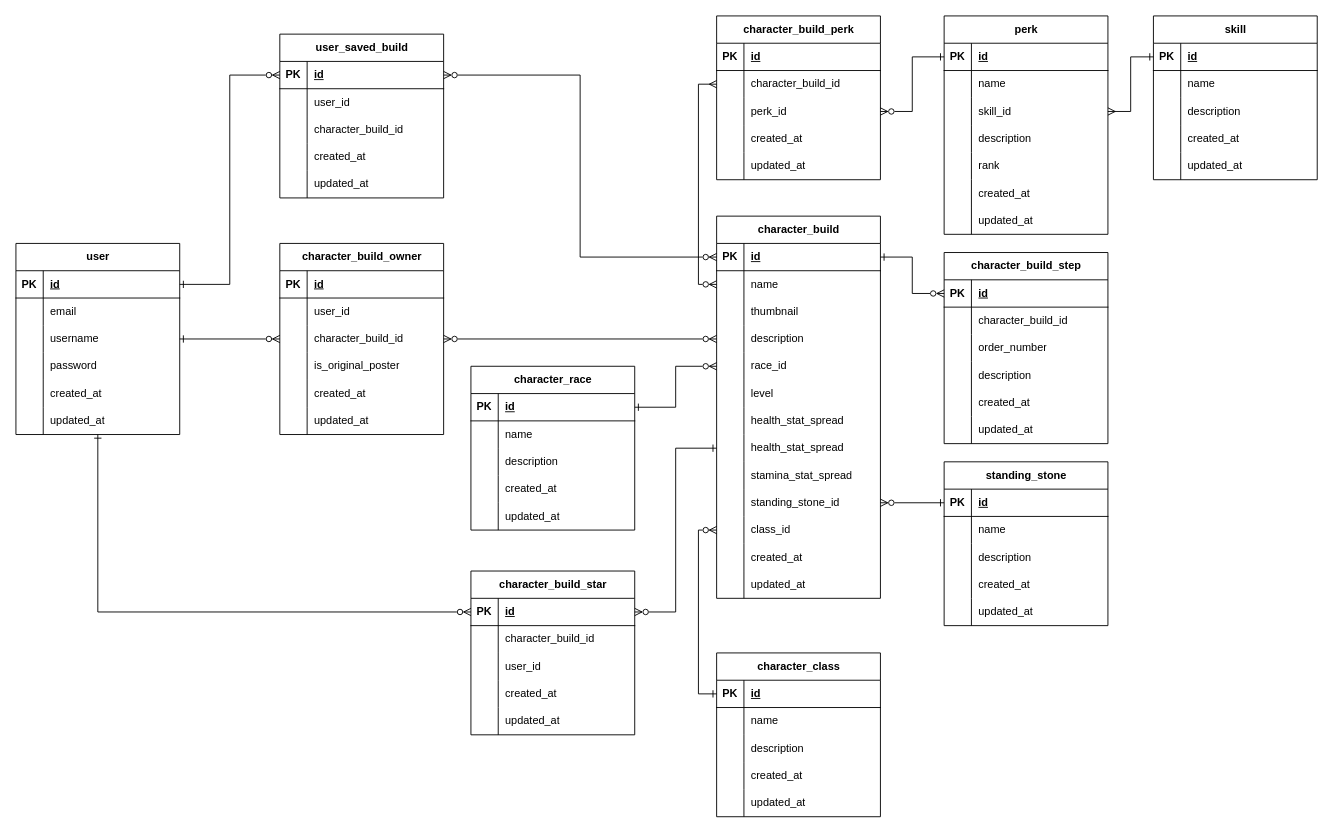
The draw.io diagram diagrams/entity-relationship/erd.drawio in VallenDraa/my-skyrim-builds, before the edit. Source tidied: cells renumbered, new cells numbered last; positions are measured from the earlier drawing's top-left corner, leaving out a move shared by most shapes. Both pictures are drawn from the tidied source at 91%, with x=0, y=0 at pixel (15, 15).
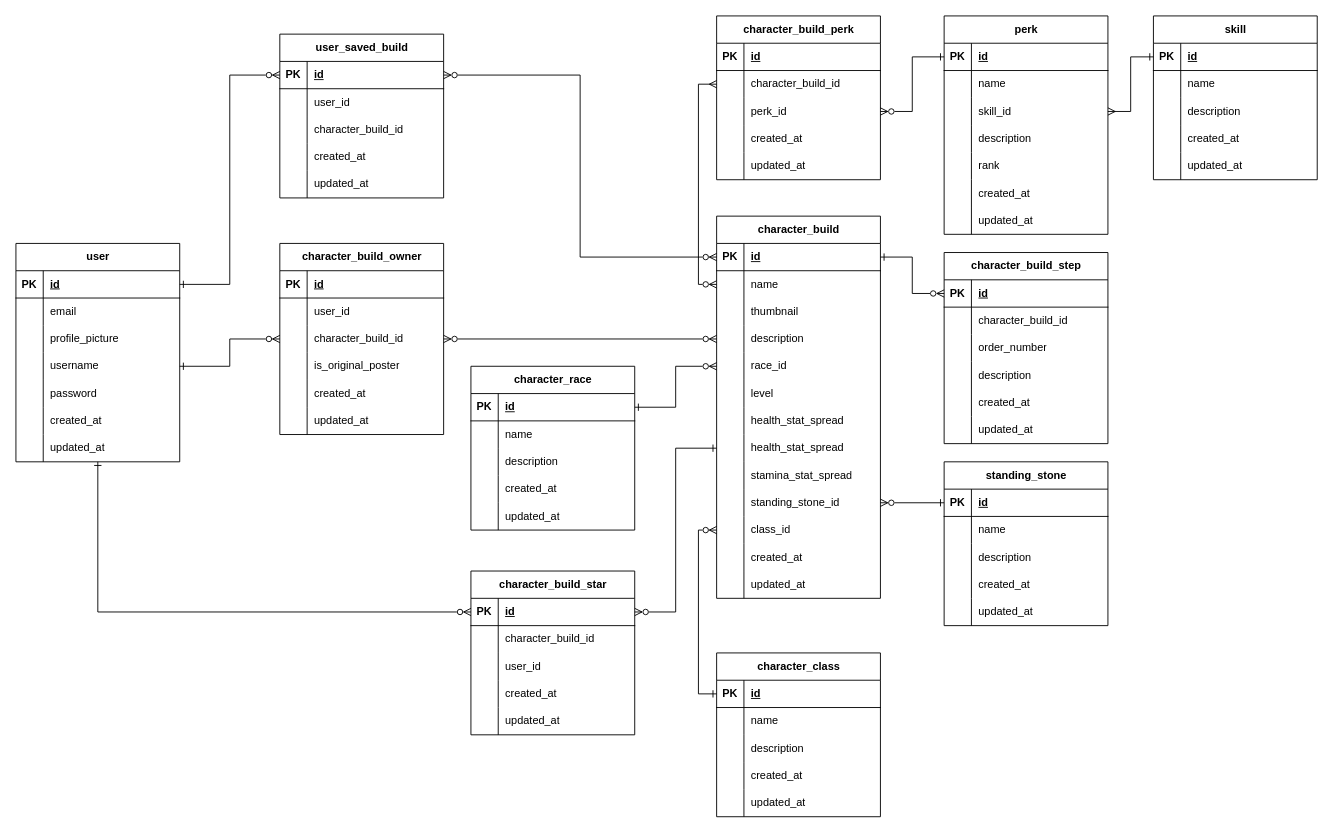
The same diagram, later.

Commit message (it also covers changes not shown here):
feat(api): make description optional and add thumbnail to character build table and add profile_picture to user table

What changed in the source:
```diff
@@
     <mxCell id="2" value="user" style="shape=table;startSize=30;childLayout=tableLayout;rowLines=0;fontStyle=1;align=center;html=1;" parent="1" vertex="1">
-      <mxGeometry y="250" width="180" height="210" as="geometry" />
+      <mxGeometry y="250" width="180" height="240" as="geometry" />
     </mxCell>
@@
+    <mxCell id="247" style="shape=tableRow;horizontal=0;startSize=0;swimlaneHead=0;swimlaneBody=0;fillColor=none;top=0;left=0;right=0;bottom=0;" parent="2" vertex="1">
+      <mxGeometry y="90" width="180" height="30" as="geometry" />
+    </mxCell>
+    <mxCell id="248" style="shape=partialRectangle;fillColor=none;top=0;left=0;bottom=0;right=0;overflow=hidden;whiteSpace=wrap;html=1;" parent="247" vertex="1">
+      <mxGeometry width="30" height="30" as="geometry" />
+    </mxCell>
+    <mxCell id="249" value="profile_picture" style="shape=partialRectangle;fillColor=none;top=0;left=0;bottom=0;right=0;align=left;spacingLeft=6;overflow=hidden;whiteSpace=wrap;html=1;" parent="247" vertex="1">
+      <mxGeometry x="30" width="150" height="30" as="geometry" />
+    </mxCell>
     <mxCell id="9" style="shape=tableRow;horizontal=0;startSize=0;swimlaneHead=0;swimlaneBody=0;fillColor=none;points=[[0,0.5],[1,0.5]];portConstraint=eastwest;top=0;left=0;right=0;bottom=0;" parent="2" vertex="1">
-      <mxGeometry y="90" width="180" height="30" as="geometry" />
+      <mxGeometry y="120" width="180" height="30" as="geometry" />
     </mxCell>
@@
     <mxCell id="12" style="shape=tableRow;horizontal=0;startSize=0;swimlaneHead=0;swimlaneBody=0;fillColor=none;top=0;left=0;right=0;bottom=0;" parent="2" vertex="1">
-      <mxGeometry y="120" width="180" height="30" as="geometry" />
+      <mxGeometry y="150" width="180" height="30" as="geometry" />
     </mxCell>
@@
     <mxCell id="15" style="shape=tableRow;horizontal=0;startSize=0;swimlaneHead=0;swimlaneBody=0;fillColor=none;top=0;left=0;right=0;bottom=0;" parent="2" vertex="1">
-      <mxGeometry y="150" width="180" height="30" as="geometry" />
+      <mxGeometry y="180" width="180" height="30" as="geometry" />
     </mxCell>
@@
     <mxCell id="18" style="shape=tableRow;horizontal=0;startSize=0;swimlaneHead=0;swimlaneBody=0;fillColor=none;points=[[0,0.5],[1,0.5]];portConstraint=eastwest;top=0;left=0;right=0;bottom=0;" parent="2" vertex="1">
-      <mxGeometry y="180" width="180" height="30" as="geometry" />
+      <mxGeometry y="210" width="180" height="30" as="geometry" />
     </mxCell>
```
